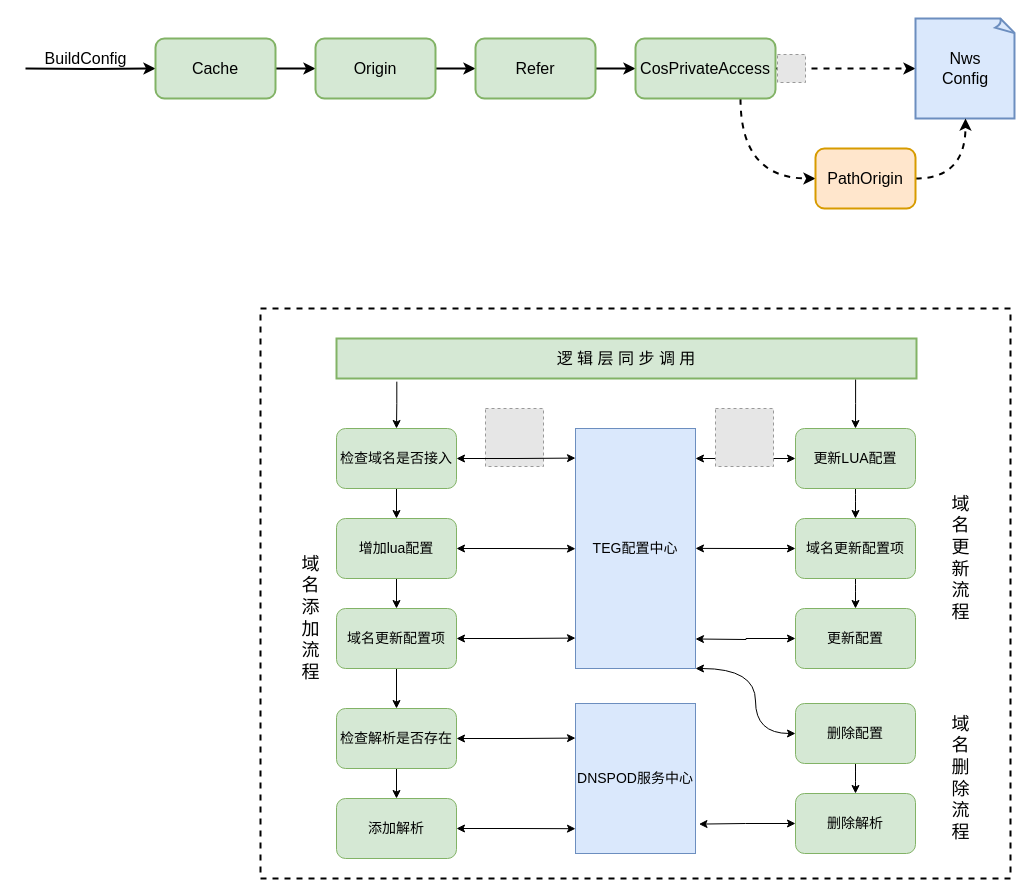
wwCrazy/resume keeps this draw.io diagram as page "Page-9" (9 of 12) of tcb.drawio. Above is the earlier version. Source tidied: cells renumbered, new cells numbered last; positions are measured from the earlier drawing's top-left corner, leaving out a move shared by most shapes. Both pictures are drawn from the tidied source at 100%, with x=0, y=0 at pixel (25, 18). Pictures stored in the file or linked from it are replaced by grey dashed boxes.
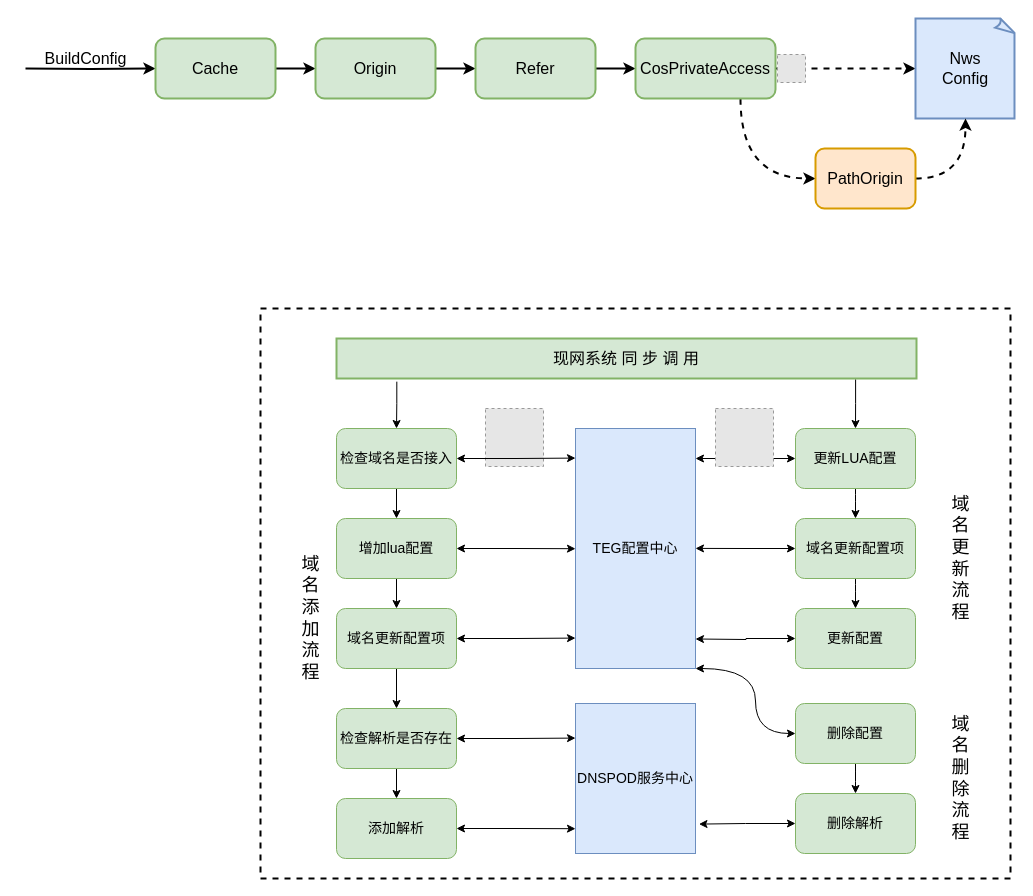
The same diagram, later.

Change to the diagram source:
```diff
@@
-    <mxCell id="39" value="逻 辑 层 同 步 调 用" style="rounded=0;whiteSpace=wrap;html=1;strokeWidth=2;fontSize=16;fillColor=#d5e8d4;strokeColor=#82b366;" parent="1" vertex="1">
+    <mxCell id="39" value="现网系统 同 步 调 用" style="rounded=0;whiteSpace=wrap;html=1;strokeWidth=2;fontSize=16;fillColor=#d5e8d4;strokeColor=#82b366;" parent="1" vertex="1">
       <mxGeometry x="311" y="320" width="580" height="40" as="geometry" />
     </mxCell>
```
